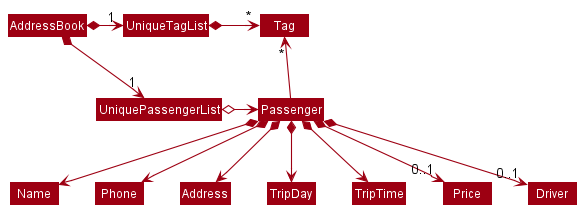
This is docs/images/BetterModelClassDiagram.png from nus-cs2103-AY2021S2/tp, a PlantUML export, as it was before one commit.
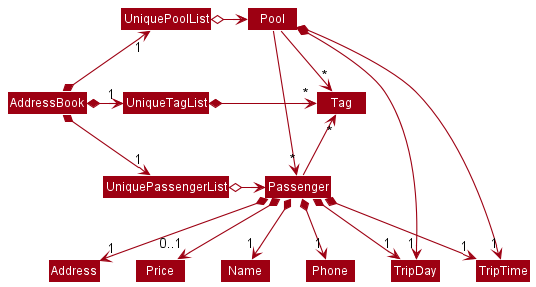
The same diagram one commit later.

Diff of the diagram source:
```diff
@@ -6,19 +6,33 @@
 
 AddressBook *-right-> "1" UniquePassengerList
 AddressBook *-right-> "1" UniqueTagList
+AddressBook *-up-> "1" UniquePoolList
 UniqueTagList -[hidden]down- UniquePassengerList
-UniqueTagList -[hidden]down- UniquePassengerList
+UniqueTagList -[hidden]up- UniquePassengerList
+UniquePoolList -[hidden]up- UniqueTagList
+UniquePoolList -[hidden]up- UniqueTagList
 
 UniqueTagList *-right-> "*" Tag
 UniquePassengerList o-right-> Passenger
 
+UniquePoolList -[hidden]right-> Pool
+UniquePoolList -[hidden]right-> Pool
+UniquePoolList o-right-> Pool
+UniquePoolList -[hidden]right-> Pool
+UniquePoolList -[hidden]right-> Pool
+
 Passenger -up-> "*" Tag
 
-Passenger *--> Name
-Passenger *--> Phone
-Passenger *--> Address
-Passenger *--> TripDay
-Passenger *--> TripTime
+Pool -right-> "*" Tag
+Pool -right-> "*" Passenger
+Pool *-right-> "1" TripDay
+Pool *-right-> "1" TripTime
+
+Passenger *--> "1" Name
+Passenger *--> "1" Phone
+Passenger *--> "1" Address
+Passenger *--> "1" TripDay
+Passenger *--> "1" TripTime
 Passenger *--> "0..1" Price
-Passenger *--> "0..1" Driver
+
 @enduml
```
